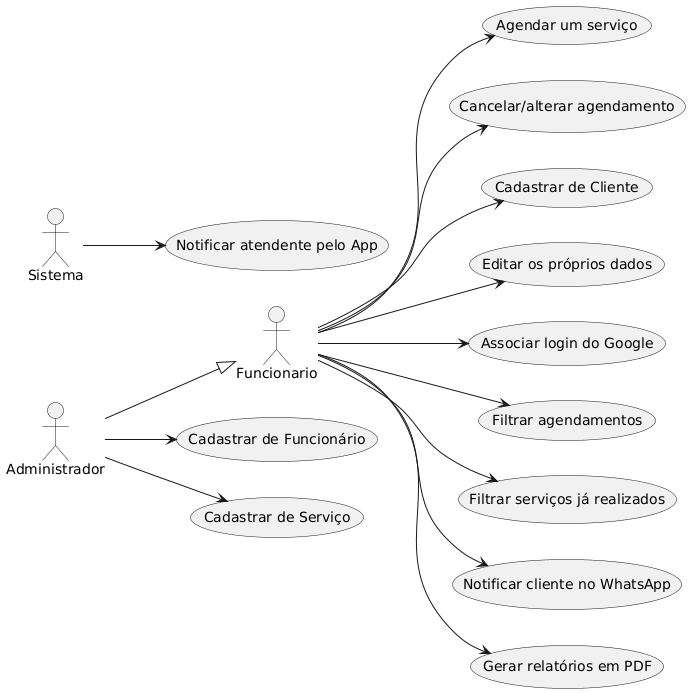
This is docs/img/DiagramaDeCasoDeUso.png from ICEI-PUCMinas-PSG-SI-TI/psg-ads-n-tiam-2025-2-tiam_grupo_1_salaodebeleza, a PlantUML export, as it was before one commit.
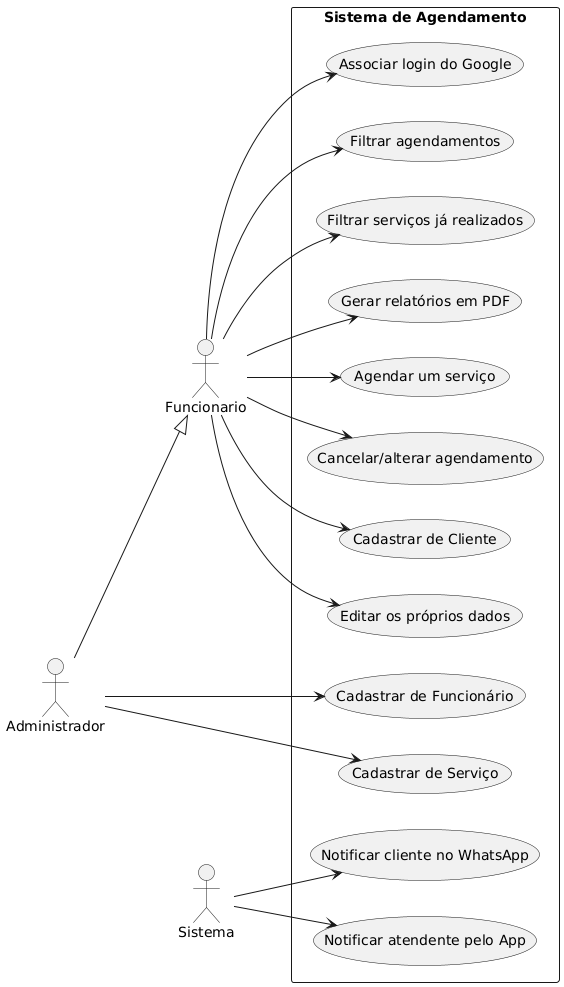
Later version of the same file.

Change to the diagram source:
```diff
@@ -2,22 +2,25 @@
 left to right direction
 actor Administrador
 actor Funcionario
-actor Sistema
 
 Administrador --|> Funcionario
 
-usecase "Cadastrar de Funcionário" as UC1
-usecase "Cadastrar de Serviço" as UC2
-usecase "Agendar um serviço" as UC3
-usecase "Cancelar/alterar agendamento" as UC4
-usecase "Cadastrar de Cliente" as UC5
-usecase "Editar os próprios dados" as UC6
-usecase "Associar login do Google" as UC7
-usecase "Filtrar agendamentos" as UC8
-usecase "Filtrar serviços já realizados" as UC9
-usecase "Notificar atendente pelo App" as UC10
-usecase "Notificar cliente no WhatsApp" as UC11
-usecase "Gerar relatórios em PDF" as UC12
+rectangle "Sistema de Agendamento" {
+  usecase "Cadastrar de Funcionário" as UC1
+  usecase "Cadastrar de Serviço" as UC2
+  usecase "Agendar um serviço" as UC3
+  usecase "Cancelar/alterar agendamento" as UC4
+  usecase "Cadastrar de Cliente" as UC5
+  usecase "Editar os próprios dados" as UC6
+  usecase "Associar login do Google" as UC7
+  usecase "Filtrar agendamentos" as UC8
+  usecase "Filtrar serviços já realizados" as UC9
+  usecase "Notificar atendente pelo App" as UC10
+  usecase "Notificar cliente no WhatsApp" as UC11
+  usecase "Gerar relatórios em PDF" as UC12
+}
+
+actor Sistema
 
 Funcionario --> UC3
 Funcionario --> UC4
@@ -26,11 +29,11 @@
 Funcionario --> UC7
 Funcionario --> UC8
 Funcionario --> UC9
-Funcionario --> UC11
 Funcionario --> UC12
 
 Administrador --> UC1
 Administrador --> UC2
 
 Sistema --> UC10
+Sistema --> UC11
 @enduml
```
